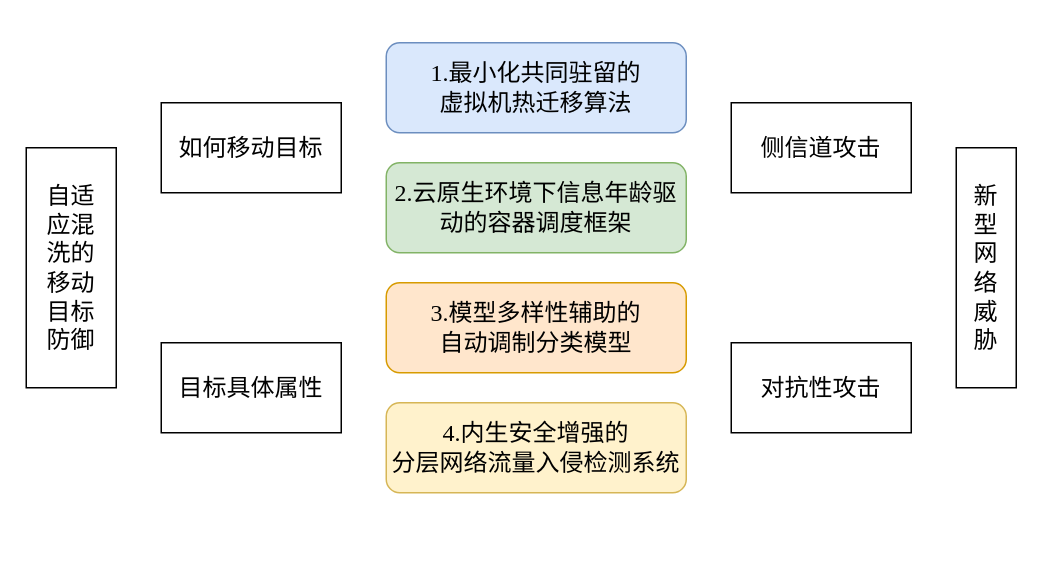
weyg0/Diagrams keeps this draw.io diagram as 开题报告总体架构.drawio. Above is the earlier version. Source tidied: cells renumbered, new cells numbered last; positions are measured from the earlier drawing's top-left corner, leaving out a move shared by most shapes. Both pictures are drawn from the tidied source at 150%, with x=0, y=0 at pixel (26, 42).
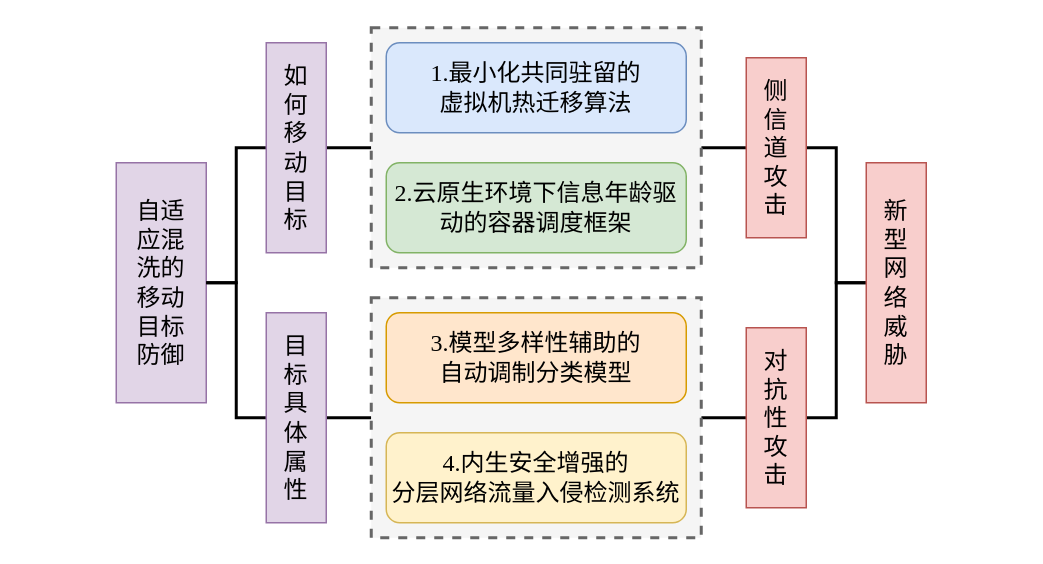
The same page after the edit.

Commit message (it also covers changes not shown here):
更新开题报告总体架构.drawio

Diff of the diagram source:
```diff
@@
+    <mxCell id="12" style="edgeStyle=orthogonalEdgeStyle;rounded=0;jettySize=auto;html=1;exitX=0;exitY=0.5;exitDx=0;exitDy=0;entryX=1;entryY=0.5;entryDx=0;entryDy=0;strokeWidth=2;endArrow=none;endFill=0;" parent="1" edge="1" source="14" target="11">
+      <mxGeometry relative="1" as="geometry" />
+    </mxCell>
+    <mxCell id="13" style="edgeStyle=orthogonalEdgeStyle;rounded=0;jettySize=auto;html=1;exitX=1;exitY=0.5;exitDx=0;exitDy=0;entryX=0;entryY=0.5;entryDx=0;entryDy=0;strokeWidth=2;endArrow=none;endFill=0;" parent="1" edge="1" source="14" target="9">
+      <mxGeometry relative="1" as="geometry" />
+    </mxCell>
+    <mxCell id="14" style="rounded=0;whiteSpace=wrap;html=1;strokeWidth=2;dashed=1;fillColor=#f5f5f5;fontColor=#333333;strokeColor=#666666;" parent="1" vertex="1">
+      <mxGeometry x="230" y="170" width="220" height="160" as="geometry" />
+    </mxCell>
+    <mxCell id="15" style="edgeStyle=orthogonalEdgeStyle;rounded=0;jettySize=auto;html=1;exitX=1;exitY=0.5;exitDx=0;exitDy=0;entryX=0;entryY=0.5;entryDx=0;entryDy=0;strokeWidth=2;endArrow=none;endFill=0;" parent="1" edge="1" source="17" target="8">
+      <mxGeometry relative="1" as="geometry" />
+    </mxCell>
+    <mxCell id="16" style="edgeStyle=orthogonalEdgeStyle;rounded=0;jettySize=auto;html=1;exitX=0;exitY=0.5;exitDx=0;exitDy=0;entryX=1;entryY=0.5;entryDx=0;entryDy=0;strokeWidth=2;endArrow=none;endFill=0;" parent="1" edge="1" source="17" target="7">
+      <mxGeometry relative="1" as="geometry" />
+    </mxCell>
+    <mxCell id="17" style="rounded=0;whiteSpace=wrap;html=1;strokeWidth=2;dashed=1;fillColor=#f5f5f5;fontColor=#333333;strokeColor=#666666;" parent="1" vertex="1">
+      <mxGeometry x="230" y="-10" width="220" height="160" as="geometry" />
+    </mxCell>
     <mxCell id="2" value="3.模型多样性辅助的&lt;br style=&quot;font-size: 16px;&quot;&gt;自动调制分类模型" style="rounded=1;whiteSpace=wrap;html=1;fontFamily=Times New Roman;fontSize=16;fillColor=#ffe6cc;strokeColor=#d79b00;" parent="1" vertex="1">
-      <mxGeometry x="240" y="160" width="200" height="60" as="geometry" />
+      <mxGeometry x="240" y="180" width="200" height="60" as="geometry" />
     </mxCell>
@@
     <mxCell id="5" value="4.内生安全增强的&lt;br style=&quot;font-size: 16px;&quot;&gt;分层网络流量入侵检测系统" style="rounded=1;whiteSpace=wrap;html=1;fontFamily=Times New Roman;fontSize=16;fillColor=#fff2cc;strokeColor=#d6b656;" parent="1" vertex="1">
-      <mxGeometry x="240" y="240" width="200" height="60" as="geometry" />
+      <mxGeometry x="240" y="260" width="200" height="60" as="geometry" />
     </mxCell>
-    <mxCell id="6" value="自适&lt;br&gt;应混&lt;br&gt;洗的&lt;br&gt;移动&lt;br&gt;目标&lt;br&gt;防御" style="rounded=0;whiteSpace=wrap;html=1;fontSize=16;fontFamily=Times New Roman;" parent="1" vertex="1">
-      <mxGeometry y="70" width="60" height="160" as="geometry" />
+    <mxCell id="6" value="自适&lt;br&gt;应混&lt;br&gt;洗的&lt;br&gt;移动&lt;br&gt;目标&lt;br&gt;防御" style="rounded=0;whiteSpace=wrap;html=1;fontSize=16;fontFamily=Times New Roman;fillColor=#e1d5e7;strokeColor=#9673a6;" parent="1" vertex="1">
+      <mxGeometry x="60" y="80" width="60" height="160" as="geometry" />
     </mxCell>
+    <mxCell id="18" style="edgeStyle=orthogonalEdgeStyle;rounded=0;jettySize=auto;html=1;exitX=0;exitY=0.5;exitDx=0;exitDy=0;entryX=1;entryY=0.5;entryDx=0;entryDy=0;strokeWidth=2;endArrow=none;endFill=0;" parent="1" edge="1" source="7" target="6">
+      <mxGeometry relative="1" as="geometry" />
+    </mxCell>
-    <mxCell id="7" value="如何移动目标" style="rounded=0;whiteSpace=wrap;html=1;fontSize=16;fontFamily=Times New Roman;" parent="1" vertex="1">
-      <mxGeometry x="90" y="40" width="120" height="60" as="geometry" />
+    <mxCell id="7" value="如&lt;br&gt;何&lt;br&gt;移&lt;br&gt;动&lt;br&gt;目&lt;br&gt;标" style="rounded=0;whiteSpace=wrap;html=1;fontSize=16;fontFamily=Times New Roman;fillColor=#e1d5e7;strokeColor=#9673a6;" parent="1" vertex="1">
+      <mxGeometry x="160" width="40" height="140" as="geometry" />
     </mxCell>
+    <mxCell id="19" style="edgeStyle=orthogonalEdgeStyle;rounded=0;jettySize=auto;html=1;exitX=1;exitY=0.5;exitDx=0;exitDy=0;entryX=0;entryY=0.5;entryDx=0;entryDy=0;strokeWidth=2;endArrow=none;endFill=0;" parent="1" edge="1" source="8" target="10">
+      <mxGeometry relative="1" as="geometry" />
+    </mxCell>
-    <mxCell id="8" value="侧信道攻击" style="rounded=0;whiteSpace=wrap;html=1;fontSize=16;fontFamily=Times New Roman;" parent="1" vertex="1">
-      <mxGeometry x="470" y="40" width="120" height="60" as="geometry" />
+    <mxCell id="8" value="侧&lt;br&gt;信&lt;br&gt;道&lt;br&gt;攻&lt;br&gt;击" style="rounded=0;whiteSpace=wrap;html=1;fontSize=16;fontFamily=Times New Roman;fillColor=#f8cecc;strokeColor=#b85450;" parent="1" vertex="1">
+      <mxGeometry x="480" y="10" width="40" height="120" as="geometry" />
     </mxCell>
+    <mxCell id="20" style="edgeStyle=orthogonalEdgeStyle;rounded=0;jettySize=auto;html=1;exitX=1;exitY=0.5;exitDx=0;exitDy=0;entryX=0;entryY=0.5;entryDx=0;entryDy=0;strokeWidth=2;endArrow=none;endFill=0;" parent="1" edge="1" source="9" target="10">
+      <mxGeometry relative="1" as="geometry" />
+    </mxCell>
-    <mxCell id="9" value="对抗性攻击" style="rounded=0;whiteSpace=wrap;html=1;fontSize=16;fontFamily=Times New Roman;" parent="1" vertex="1">
-      <mxGeometry x="470" y="200" width="120" height="60" as="geometry" />
+    <mxCell id="9" value="对&lt;br&gt;抗&lt;br&gt;性&lt;br&gt;攻&lt;br&gt;击" style="rounded=0;whiteSpace=wrap;html=1;fontSize=16;fontFamily=Times New Roman;fillColor=#f8cecc;strokeColor=#b85450;" parent="1" vertex="1">
+      <mxGeometry x="480" y="190" width="40" height="120" as="geometry" />
     </mxCell>
-    <mxCell id="10" value="新&lt;br&gt;型&lt;br&gt;网&lt;br&gt;络&lt;br&gt;威&lt;br&gt;胁" style="rounded=0;whiteSpace=wrap;html=1;fontSize=16;fontFamily=Times New Roman;" parent="1" vertex="1">
-      <mxGeometry x="620" y="70" width="40" height="160" as="geometry" />
+    <mxCell id="10" value="新&lt;br&gt;型&lt;br&gt;网&lt;br&gt;络&lt;br&gt;威&lt;br&gt;胁" style="rounded=0;whiteSpace=wrap;html=1;fontSize=16;fontFamily=Times New Roman;fillColor=#f8cecc;strokeColor=#b85450;" parent="1" vertex="1">
+      <mxGeometry x="560" y="80" width="40" height="160" as="geometry" />
     </mxCell>
+    <mxCell id="21" style="edgeStyle=orthogonalEdgeStyle;rounded=0;jettySize=auto;html=1;exitX=0;exitY=0.5;exitDx=0;exitDy=0;entryX=1;entryY=0.5;entryDx=0;entryDy=0;strokeWidth=2;endArrow=none;endFill=0;" parent="1" edge="1" source="11" target="6">
+      <mxGeometry relative="1" as="geometry" />
+    </mxCell>
-    <mxCell id="11" value="目标具体属性" style="rounded=0;whiteSpace=wrap;html=1;fontSize=16;fontFamily=Times New Roman;" parent="1" vertex="1">
-      <mxGeometry x="90" y="200" width="120" height="60" as="geometry" />
+    <mxCell id="11" value="目&lt;br&gt;标&lt;br&gt;具&lt;br&gt;体&lt;br&gt;属&lt;br&gt;性" style="rounded=0;whiteSpace=wrap;html=1;fontSize=16;fontFamily=Times New Roman;fillColor=#e1d5e7;strokeColor=#9673a6;" parent="1" vertex="1">
+      <mxGeometry x="160" y="180" width="40" height="140" as="geometry" />
     </mxCell>
```
